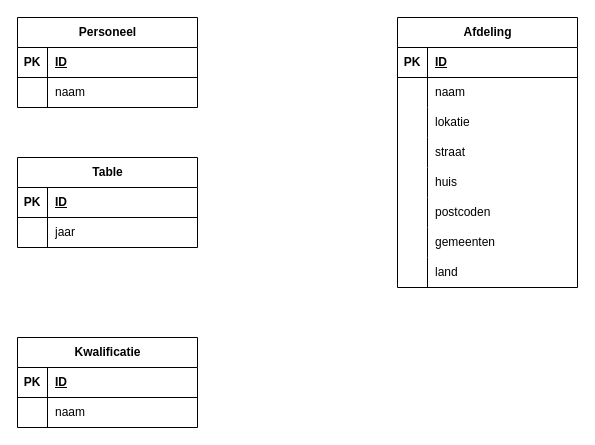
Before: hr.drawio in glennmon/glenntest, a draw.io diagram. Source tidied: cells renumbered, new cells numbered last; positions are measured from the earlier drawing's top-left corner, leaving out a move shared by most shapes. Both pictures are drawn from the tidied source at 100%, with x=0, y=0 at pixel (17, 17).
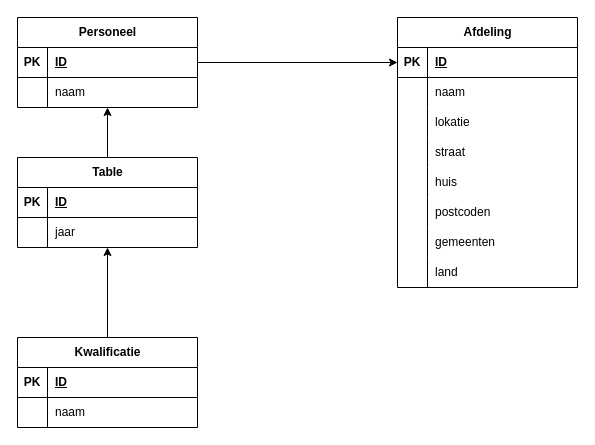
Above is the later version.

The change refers to these unchanged cells:
```xml
<mxCell id="2" value="Personeel" style="shape=table;startSize=30;childLayout=tableLayout;rowLines=0;fontStyle=1;align=center;html=1;" parent="1" vertex="1">
  <mxGeometry width="180" height="90" as="geometry" />
</mxCell>
<mxCell id="3" style="shape=tableRow;horizontal=0;startSize=0;swimlaneHead=0;swimlaneBody=0;fillColor=none;points=[[0,0.5],[1,0.5]];portConstraint=eastwest;top=0;left=0;right=0;bottom=1;" parent="2" vertex="1">
  <mxGeometry y="30" width="180" height="30" as="geometry" />
</mxCell>
<mxCell id="10" style="shape=tableRow;horizontal=0;startSize=0;swimlaneHead=0;swimlaneBody=0;fillColor=none;points=[[0,0.5],[1,0.5]];portConstraint=eastwest;top=0;left=0;right=0;bottom=1;" parent="9" vertex="1">
  <mxGeometry y="30" width="180" height="30" as="geometry" />
</mxCell>
<mxCell id="34" value="Kwalificatie" style="shape=table;startSize=30;childLayout=tableLayout;rowLines=0;fontStyle=1;align=center;html=1;" parent="1" vertex="1">
  <mxGeometry y="320" width="180" height="90" as="geometry" />
</mxCell>
<mxCell id="41" value="Table" style="shape=table;startSize=30;childLayout=tableLayout;rowLines=0;fontStyle=1;align=center;html=1;" parent="1" vertex="1">
  <mxGeometry y="140" width="180" height="90" as="geometry" />
</mxCell>
```

Change to the diagram source:
```diff
@@
+    <mxCell id="48" style="edgeStyle=orthogonalEdgeStyle;rounded=0;jettySize=auto;html=1;exitX=0.5;exitY=0;exitDx=0;exitDy=0;" parent="1" edge="1" source="34" target="41">
+      <mxGeometry relative="1" as="geometry" />
+    </mxCell>
@@
+    <mxCell id="49" style="edgeStyle=orthogonalEdgeStyle;rounded=0;jettySize=auto;html=1;exitX=0.5;exitY=0;exitDx=0;exitDy=0;" parent="1" edge="1" source="41" target="2">
+      <mxGeometry relative="1" as="geometry" />
+    </mxCell>
@@
+    <mxCell id="50" style="edgeStyle=orthogonalEdgeStyle;rounded=0;jettySize=auto;html=1;exitX=1;exitY=0.5;exitDx=0;exitDy=0;entryX=0;entryY=0.5;entryDx=0;entryDy=0;" parent="1" edge="1" source="3" target="10">
+      <mxGeometry relative="1" as="geometry" />
+    </mxCell>
```
